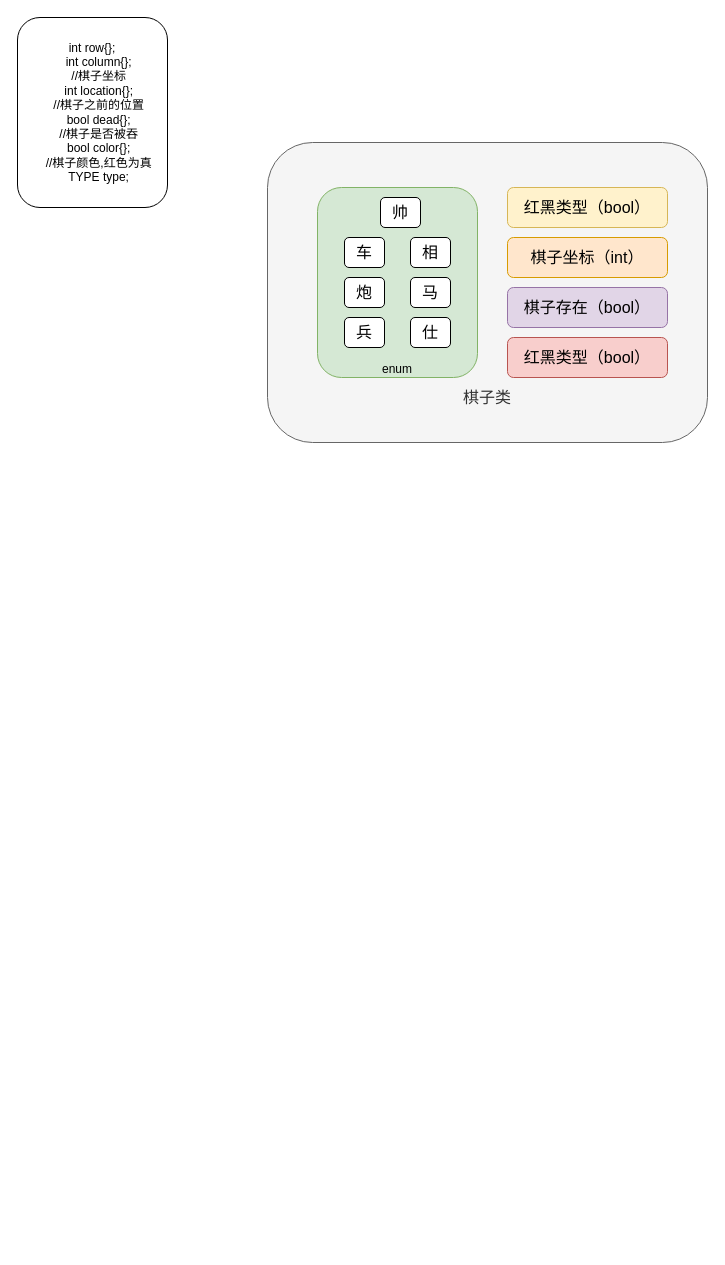
Duxingmengshou/Duxingmengshou.github.io keeps this draw.io diagram as page "第 15 页" (15 of 16) of spring.drawio. Above is the earlier version. Source tidied: cells renumbered, new cells numbered last; positions are measured from the earlier drawing's top-left corner, leaving out a move shared by most shapes. Both pictures are drawn from the tidied source at 100%, with x=0, y=0 at pixel (17, 17).
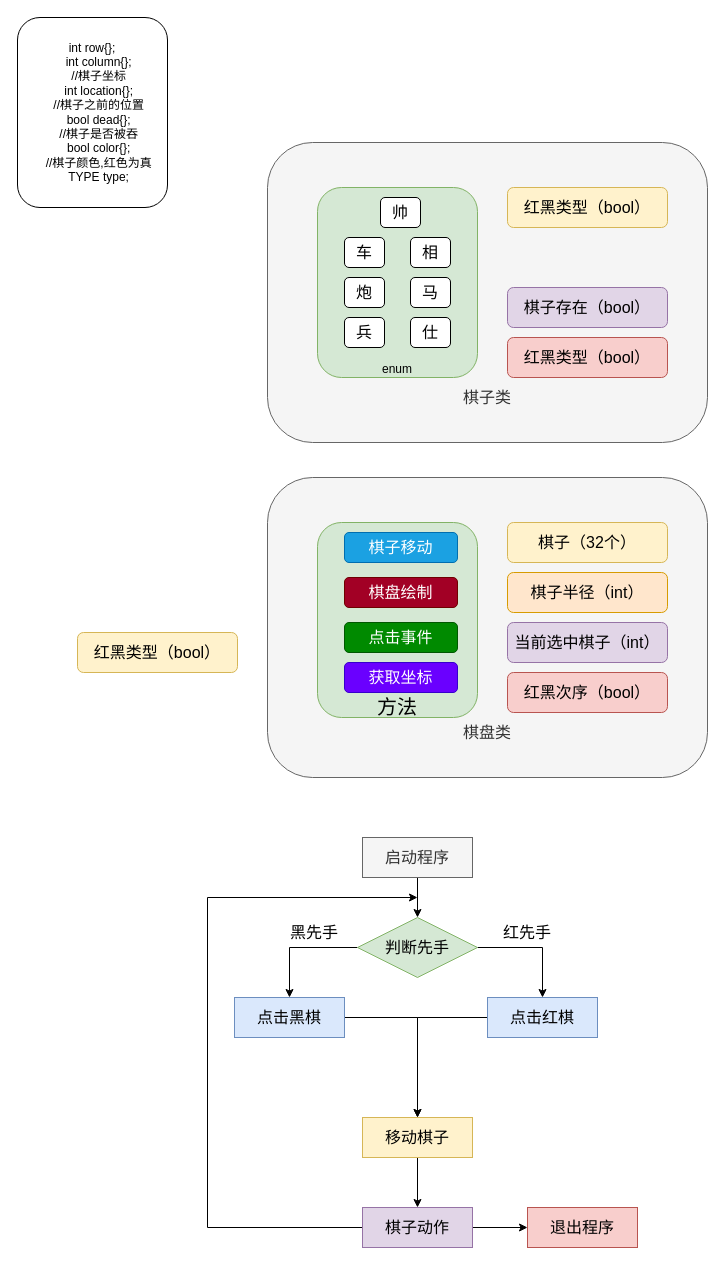
After the change.

What changed in the source:
```diff
@@
-    <mxCell id="12" value="棋子坐标（int）" style="rounded=1;whiteSpace=wrap;html=1;fontSize=16;fillColor=#ffe6cc;strokeColor=#d79b00;" parent="1" vertex="1">
-      <mxGeometry x="490" y="220" width="160" height="40" as="geometry" />
-    </mxCell>
@@
+    <mxCell id="16" value="&lt;br&gt;&lt;br&gt;&lt;br&gt;&lt;br&gt;&lt;br&gt;&lt;br&gt;&lt;br&gt;&lt;br&gt;&lt;br&gt;&lt;br&gt;&lt;br&gt;棋盘类" style="rounded=1;whiteSpace=wrap;html=1;fontSize=16;fillColor=#f5f5f5;fontColor=#333333;strokeColor=#666666;" parent="1" vertex="1">
+      <mxGeometry x="250" y="460" width="440" height="300" as="geometry" />
+    </mxCell>
+    <mxCell id="17" value="&lt;br&gt;&lt;br&gt;&lt;br&gt;&lt;br&gt;&lt;br&gt;&lt;br&gt;&lt;br&gt;&lt;br&gt;&lt;br&gt;&lt;br&gt;&lt;br&gt;&lt;br&gt;&lt;font style=&quot;font-size: 20px;&quot;&gt;方法&lt;/font&gt;" style="rounded=1;whiteSpace=wrap;html=1;fillColor=#d5e8d4;strokeColor=#82b366;" parent="1" vertex="1">
+      <mxGeometry x="300" y="505" width="160" height="195" as="geometry" />
+    </mxCell>
+    <mxCell id="18" value="棋子（32个）" style="rounded=1;whiteSpace=wrap;html=1;fontSize=16;fillColor=#fff2cc;strokeColor=#d6b656;" parent="1" vertex="1">
+      <mxGeometry x="490" y="505" width="160" height="40" as="geometry" />
+    </mxCell>
+    <mxCell id="19" value="棋子移动" style="rounded=1;whiteSpace=wrap;html=1;fontSize=16;fillColor=#1ba1e2;fontColor=#ffffff;strokeColor=#006EAF;" parent="1" vertex="1">
+      <mxGeometry x="327" y="515" width="113" height="30" as="geometry" />
+    </mxCell>
+    <mxCell id="20" value="棋子半径（int）" style="rounded=1;whiteSpace=wrap;html=1;fontSize=16;fillColor=#ffe6cc;strokeColor=#d79b00;" parent="1" vertex="1">
+      <mxGeometry x="490" y="555" width="160" height="40" as="geometry" />
+    </mxCell>
+    <mxCell id="21" value="当前选中棋子（int）" style="rounded=1;whiteSpace=wrap;html=1;fontSize=16;fillColor=#e1d5e7;strokeColor=#9673a6;" parent="1" vertex="1">
+      <mxGeometry x="490" y="605" width="160" height="40" as="geometry" />
+    </mxCell>
+    <mxCell id="22" value="红黑次序（bool）" style="rounded=1;whiteSpace=wrap;html=1;fontSize=16;fillColor=#f8cecc;strokeColor=#b85450;" parent="1" vertex="1">
+      <mxGeometry x="490" y="655" width="160" height="40" as="geometry" />
+    </mxCell>
+    <mxCell id="23" value="棋盘绘制" style="rounded=1;whiteSpace=wrap;html=1;fontSize=16;fillColor=#a20025;fontColor=#ffffff;strokeColor=#6F0000;" parent="1" vertex="1">
+      <mxGeometry x="327" y="560" width="113" height="30" as="geometry" />
+    </mxCell>
+    <mxCell id="24" value="点击事件" style="rounded=1;whiteSpace=wrap;html=1;fontSize=16;fillColor=#008a00;fontColor=#ffffff;strokeColor=#005700;" parent="1" vertex="1">
+      <mxGeometry x="327" y="605" width="113" height="30" as="geometry" />
+    </mxCell>
+    <mxCell id="25" value="获取坐标" style="rounded=1;whiteSpace=wrap;html=1;fontSize=16;fillColor=#6a00ff;fontColor=#ffffff;strokeColor=#3700CC;" parent="1" vertex="1">
+      <mxGeometry x="327" y="645" width="113" height="30" as="geometry" />
+    </mxCell>
+    <mxCell id="26" value="红黑类型（bool）" style="rounded=1;whiteSpace=wrap;html=1;fontSize=16;fillColor=#fff2cc;strokeColor=#d6b656;" parent="1" vertex="1">
+      <mxGeometry x="60" y="615" width="160" height="40" as="geometry" />
+    </mxCell>
+    <mxCell id="27" style="edgeStyle=orthogonalEdgeStyle;rounded=0;orthogonalLoop=1;jettySize=auto;html=1;exitX=0.5;exitY=1;exitDx=0;exitDy=0;fontSize=16;" parent="1" edge="1">
+      <mxGeometry relative="1" as="geometry">
+        <mxPoint x="383.5" y="830" as="sourcePoint" />
+        <mxPoint x="383.5" y="830" as="targetPoint" />
+      </mxGeometry>
+    </mxCell>
+    <mxCell id="28" style="edgeStyle=orthogonalEdgeStyle;rounded=0;jettySize=auto;html=1;entryX=0.5;entryY=0;entryDx=0;entryDy=0;fontSize=16;" parent="1" edge="1" source="29" target="32">
+      <mxGeometry relative="1" as="geometry" />
+    </mxCell>
+    <mxCell id="29" value="启动程序" style="rounded=0;whiteSpace=wrap;html=1;fontSize=16;fillColor=#f5f5f5;fontColor=#333333;strokeColor=#666666;" parent="1" vertex="1">
+      <mxGeometry x="345" y="820" width="110" height="40" as="geometry" />
+    </mxCell>
+    <mxCell id="30" style="edgeStyle=orthogonalEdgeStyle;rounded=0;jettySize=auto;html=1;entryX=0.5;entryY=0;entryDx=0;entryDy=0;fontSize=16;" parent="1" edge="1" source="32" target="34">
+      <mxGeometry relative="1" as="geometry" />
+    </mxCell>
+    <mxCell id="31" style="edgeStyle=orthogonalEdgeStyle;rounded=0;jettySize=auto;html=1;fontSize=16;" parent="1" edge="1" source="32" target="36">
+      <mxGeometry relative="1" as="geometry" />
+    </mxCell>
+    <mxCell id="32" value="判断先手" style="rhombus;whiteSpace=wrap;html=1;fontSize=16;fillColor=#d5e8d4;strokeColor=#82b366;" parent="1" vertex="1">
+      <mxGeometry x="340" y="900" width="120" height="60" as="geometry" />
+    </mxCell>
+    <mxCell id="33" style="edgeStyle=orthogonalEdgeStyle;rounded=0;jettySize=auto;html=1;fontSize=16;" parent="1" edge="1" source="34" target="38">
+      <mxGeometry relative="1" as="geometry" />
+    </mxCell>
+    <mxCell id="34" value="点击黑棋" style="rounded=0;whiteSpace=wrap;html=1;fontSize=16;fillColor=#dae8fc;strokeColor=#6c8ebf;" parent="1" vertex="1">
+      <mxGeometry x="217" y="980" width="110" height="40" as="geometry" />
+    </mxCell>
+    <mxCell id="35" style="edgeStyle=orthogonalEdgeStyle;rounded=0;jettySize=auto;html=1;entryX=0.5;entryY=0;entryDx=0;entryDy=0;fontSize=16;" parent="1" edge="1" source="36" target="38">
+      <mxGeometry relative="1" as="geometry" />
+    </mxCell>
+    <mxCell id="36" value="点击红棋" style="rounded=0;whiteSpace=wrap;html=1;fontSize=16;fillColor=#dae8fc;strokeColor=#6c8ebf;" parent="1" vertex="1">
+      <mxGeometry x="470" y="980" width="110" height="40" as="geometry" />
+    </mxCell>
+    <mxCell id="37" style="edgeStyle=orthogonalEdgeStyle;rounded=0;jettySize=auto;html=1;entryX=0.5;entryY=0;entryDx=0;entryDy=0;fontSize=16;" parent="1" edge="1" source="38" target="41">
+      <mxGeometry relative="1" as="geometry" />
+    </mxCell>
+    <mxCell id="38" value="移动棋子" style="rounded=0;whiteSpace=wrap;html=1;fontSize=16;fillColor=#fff2cc;strokeColor=#d6b656;" parent="1" vertex="1">
+      <mxGeometry x="345" y="1100" width="110" height="40" as="geometry" />
+    </mxCell>
+    <mxCell id="39" style="edgeStyle=orthogonalEdgeStyle;rounded=0;jettySize=auto;html=1;fontSize=16;" parent="1" edge="1" source="41">
+      <mxGeometry relative="1" as="geometry">
+        <mxPoint x="400" y="880" as="targetPoint" />
+        <Array as="points">
+          <mxPoint x="190" y="1210" />
+          <mxPoint x="190" y="880" />
+        </Array>
+      </mxGeometry>
+    </mxCell>
+    <mxCell id="40" style="edgeStyle=orthogonalEdgeStyle;rounded=0;jettySize=auto;html=1;exitX=1;exitY=0.5;exitDx=0;exitDy=0;fontSize=16;" parent="1" edge="1" source="41">
+      <mxGeometry relative="1" as="geometry">
+        <mxPoint x="510" y="1210" as="targetPoint" />
+      </mxGeometry>
+    </mxCell>
+    <mxCell id="41" value="棋子动作" style="rounded=0;whiteSpace=wrap;html=1;fontSize=16;fillColor=#e1d5e7;strokeColor=#9673a6;" parent="1" vertex="1">
+      <mxGeometry x="345" y="1190" width="110" height="40" as="geometry" />
+    </mxCell>
+    <mxCell id="42" value="黑先手" style="text;html=1;strokeColor=none;fillColor=none;align=center;verticalAlign=middle;whiteSpace=wrap;rounded=0;fontSize=16;" parent="1" vertex="1">
+      <mxGeometry x="267" y="900" width="60" height="30" as="geometry" />
+    </mxCell>
+    <mxCell id="43" value="红先手" style="text;html=1;strokeColor=none;fillColor=none;align=center;verticalAlign=middle;whiteSpace=wrap;rounded=0;fontSize=16;" parent="1" vertex="1">
+      <mxGeometry x="480" y="900" width="60" height="30" as="geometry" />
+    </mxCell>
+    <mxCell id="44" value="退出程序" style="rounded=0;whiteSpace=wrap;html=1;fontSize=16;fillColor=#f8cecc;strokeColor=#b85450;" parent="1" vertex="1">
+      <mxGeometry x="510" y="1190" width="110" height="40" as="geometry" />
+    </mxCell>
```
